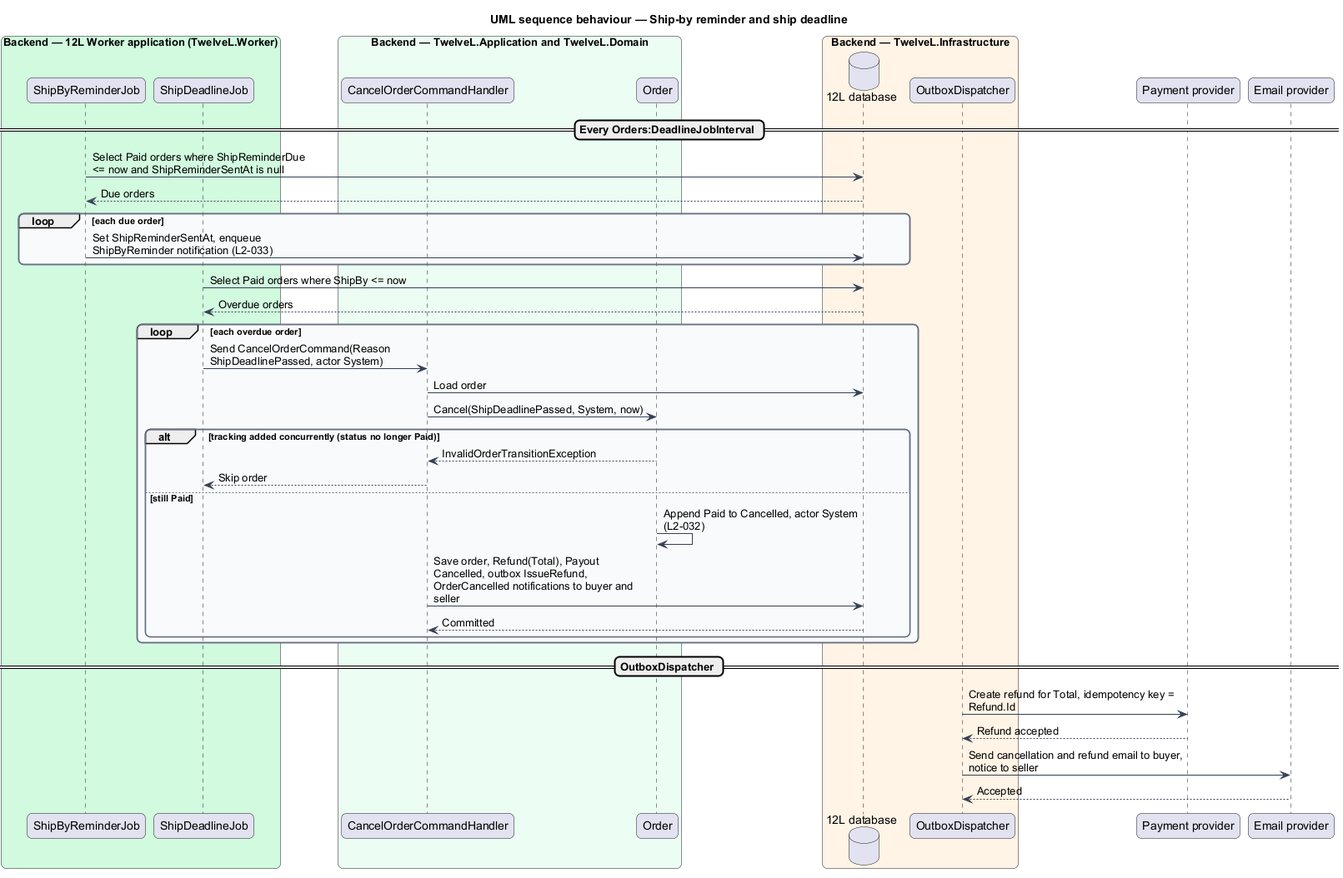
QuinntyneBrown/12l keeps this PlantUML diagram as docs/detailed-designs/orders/ship-order/diagrams/sequence-ship-deadline.png. Above is the earlier version.
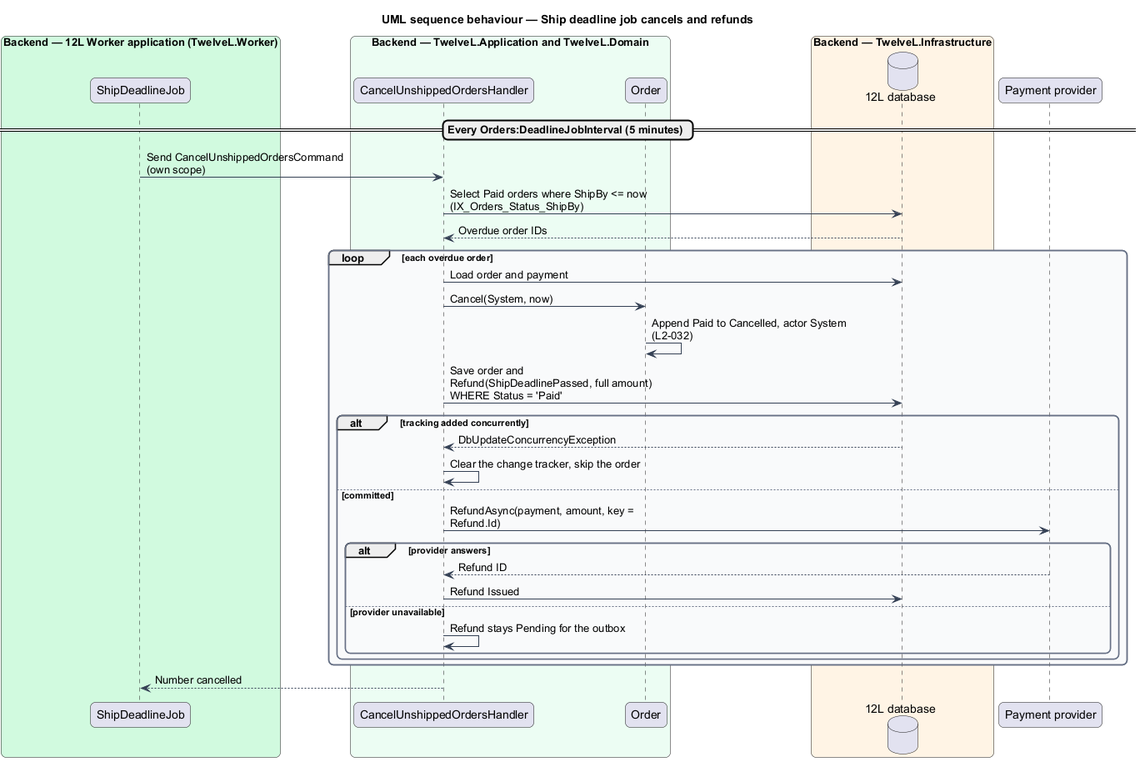
After the change.

Change to the diagram source:
```diff
@@ -1,5 +1,5 @@
 @startuml
-title UML sequence behaviour — Ship-by reminder and ship deadline
+title UML sequence behaviour — Ship deadline job cancels and refunds
 skinparam backgroundColor #FFFFFF
 skinparam shadowing false
 skinparam roundcorner 12
@@ -17,43 +17,37 @@
 skinparam sequenceMessageAlign left
 skinparam maxMessageSize 260
 box "Backend — 12L Worker application (TwelveL.Worker)" #D1FADF
-  participant "ShipByReminderJob" as rem
   participant "ShipDeadlineJob" as dl
 end box
 box "Backend — TwelveL.Application and TwelveL.Domain" #ECFDF3
-  participant "CancelOrderCommandHandler" as h
+  participant "CancelUnshippedOrdersHandler" as h
   participant "Order" as order
 end box
 box "Backend — TwelveL.Infrastructure" #FFF4E5
   database "12L database" as db
-  participant "OutboxDispatcher" as out
 end box
 participant "Payment provider" as pay
-participant "Email provider" as email
-== Every Orders:DeadlineJobInterval ==
-rem -> db : Select Paid orders where ShipReminderDue <= now and ShipReminderSentAt is null
-db --> rem : Due orders
-loop each due order
-  rem -> db : Set ShipReminderSentAt, enqueue ShipByReminder notification (L2-033)
-end
-dl -> db : Select Paid orders where ShipBy <= now
-db --> dl : Overdue orders
+== Every Orders:DeadlineJobInterval (5 minutes) ==
+dl -> h : Send CancelUnshippedOrdersCommand (own scope)
+h -> db : Select Paid orders where ShipBy <= now (IX_Orders_Status_ShipBy)
+db --> h : Overdue order IDs
 loop each overdue order
-  dl -> h : Send CancelOrderCommand(Reason ShipDeadlinePassed, actor System)
-  h -> db : Load order
-  h -> order : Cancel(ShipDeadlinePassed, System, now)
-  alt tracking added concurrently (status no longer Paid)
-    order --> h : InvalidOrderTransitionException
-    h --> dl : Skip order
-  else still Paid
-    order -> order : Append Paid to Cancelled, actor System (L2-032)
-    h -> db : Save order, Refund(Total), Payout Cancelled, outbox IssueRefund, OrderCancelled notifications to buyer and seller
-    db --> h : Committed
+  h -> db : Load order and payment
+  h -> order : Cancel(System, now)
+  order -> order : Append Paid to Cancelled, actor System (L2-032)
+  h -> db : Save order and Refund(ShipDeadlinePassed, full amount) WHERE Status = 'Paid'
+  alt tracking added concurrently
+    db --> h : DbUpdateConcurrencyException
+    h -> h : Clear the change tracker, skip the order
+  else committed
+    h -> pay : RefundAsync(payment, amount, key = Refund.Id)
+    alt provider answers
+      pay --> h : Refund ID
+      h -> db : Refund Issued
+    else provider unavailable
+      h -> h : Refund stays Pending for the outbox
+    end
   end
 end
-== OutboxDispatcher ==
-out -> pay : Create refund for Total, idempotency key = Refund.Id
-pay --> out : Refund accepted
-out -> email : Send cancellation and refund email to buyer, notice to seller
-email --> out : Accepted
+h --> dl : Number cancelled
 @enduml
```
